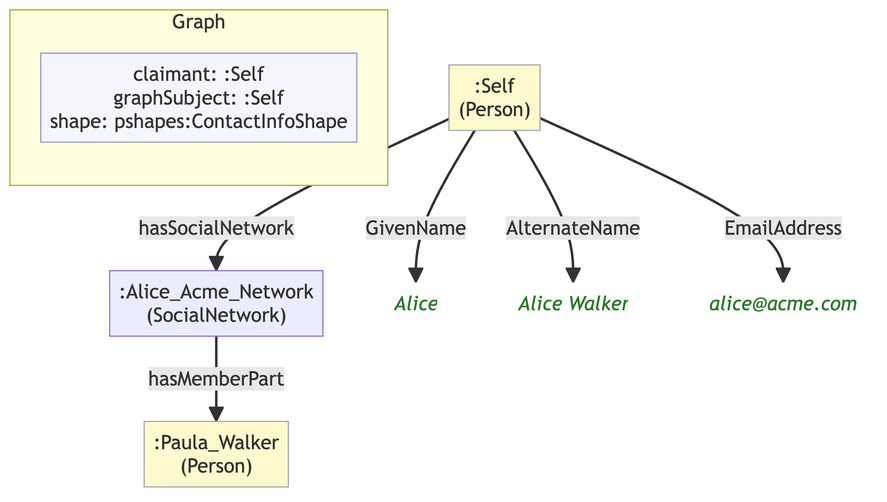
The Mermaid diagram example/graphs/images/graph-20.png in MeeFoundation/mia-ontologies, before a commit. Its source is kept beside it as example/graphs/images/graph-20.mmd.
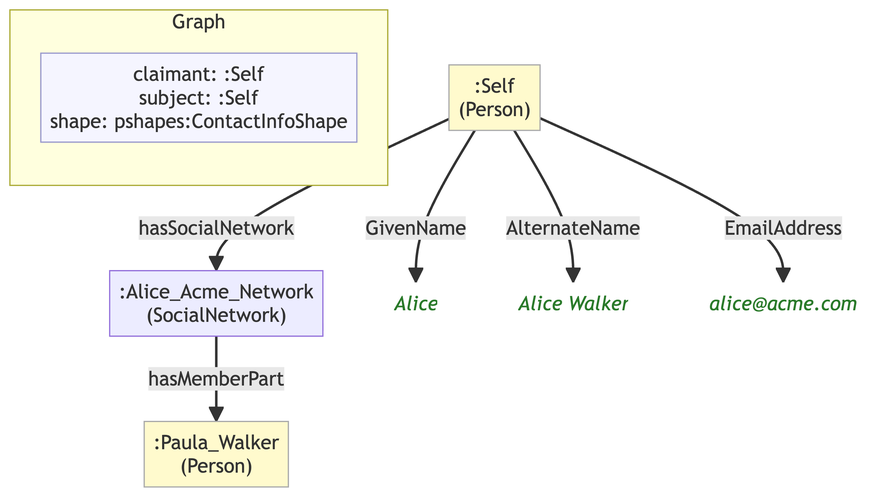
Later version of the same file.

What changed in the source:
```diff
@@ -7,18 +7,18 @@
 
     subgraph ctx["Graph"]
         direction LR
-        ctx_meta["claimant: :Self\ngraphSubject: :Self\nshape: pshapes:ContactInfoShape"]:::meta
+        ctx_meta["claimant: :Self\nsubject: :Self\nshape: pshapes:ContactInfoShape"]:::meta
     end
 
     n614c8153a57c[":Alice_Acme_Network\n(SocialNetwork)"]
     n679aafec7a4b[":Paula_Walker\n(Person)"]:::person
     n655e442e50be[":Self\n(Person)"]:::person
-    n15710e577dce("Alice"):::lit
-    n1758874e84a6("Alice Walker"):::lit
-    n6fb87a25df92("alice@acme.com"):::lit
+    na9ae5ba16e65("Alice"):::lit
+    n1e6650b263cf("Alice Walker"):::lit
+    n51945ec79ee9("alice@acme.com"):::lit
 
     n614c8153a57c -->|"hasMemberPart"| n679aafec7a4b
-    n655e442e50be -->|"GivenName"| n15710e577dce
-    n655e442e50be -->|"AlternateName"| n1758874e84a6
-    n655e442e50be -->|"EmailAddress"| n6fb87a25df92
+    n655e442e50be -->|"GivenName"| na9ae5ba16e65
+    n655e442e50be -->|"AlternateName"| n1e6650b263cf
+    n655e442e50be -->|"EmailAddress"| n51945ec79ee9
     n655e442e50be -->|"hasSocialNetwork"| n614c8153a57c
```
